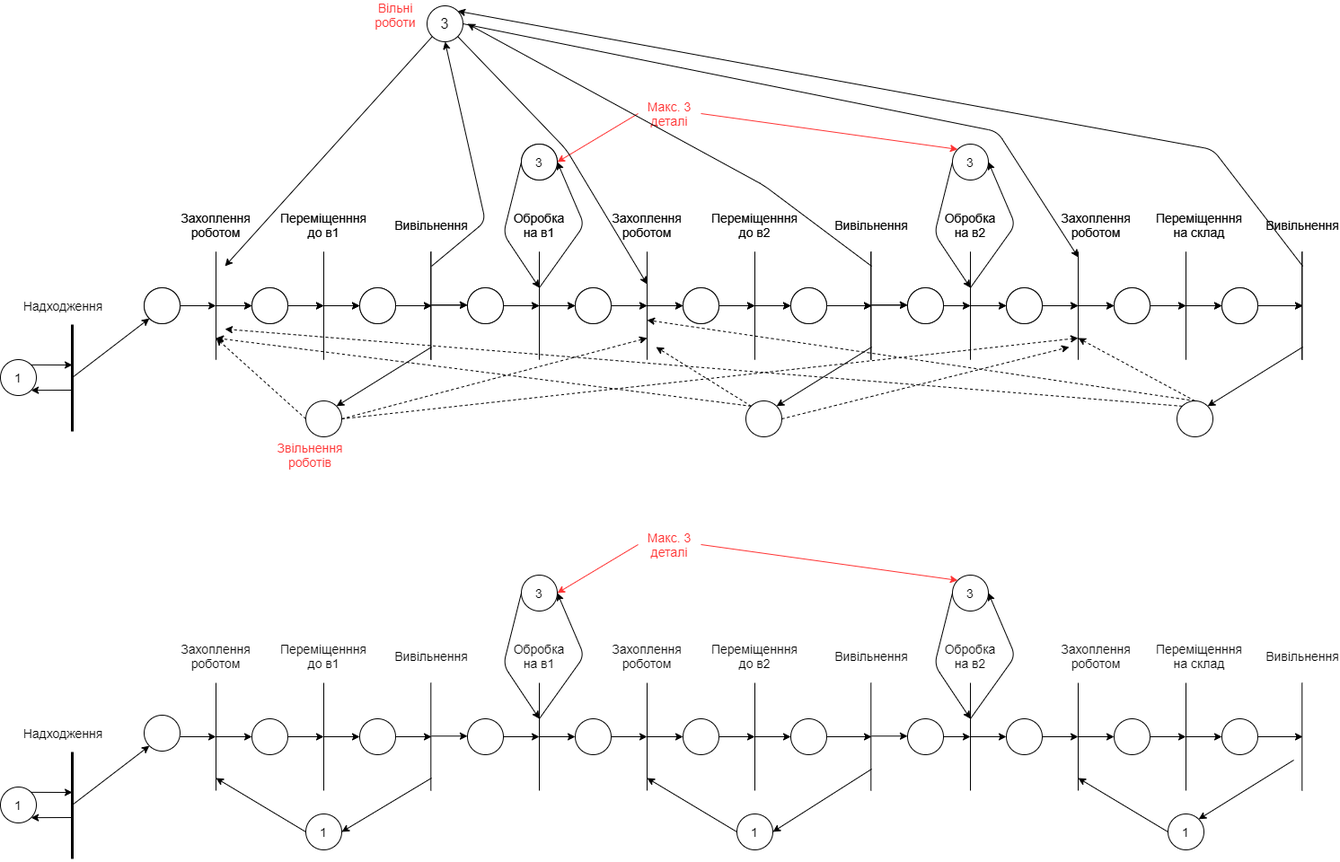
Above: MSlab6/роботизована система.png in ojdmytruk/SystemModeling_sem7 (draw.io), before the change. Source tidied: cells renumbered, new cells last; positions are measured from the earlier drawing's top-left corner, leaving out a move shared by most shapes.
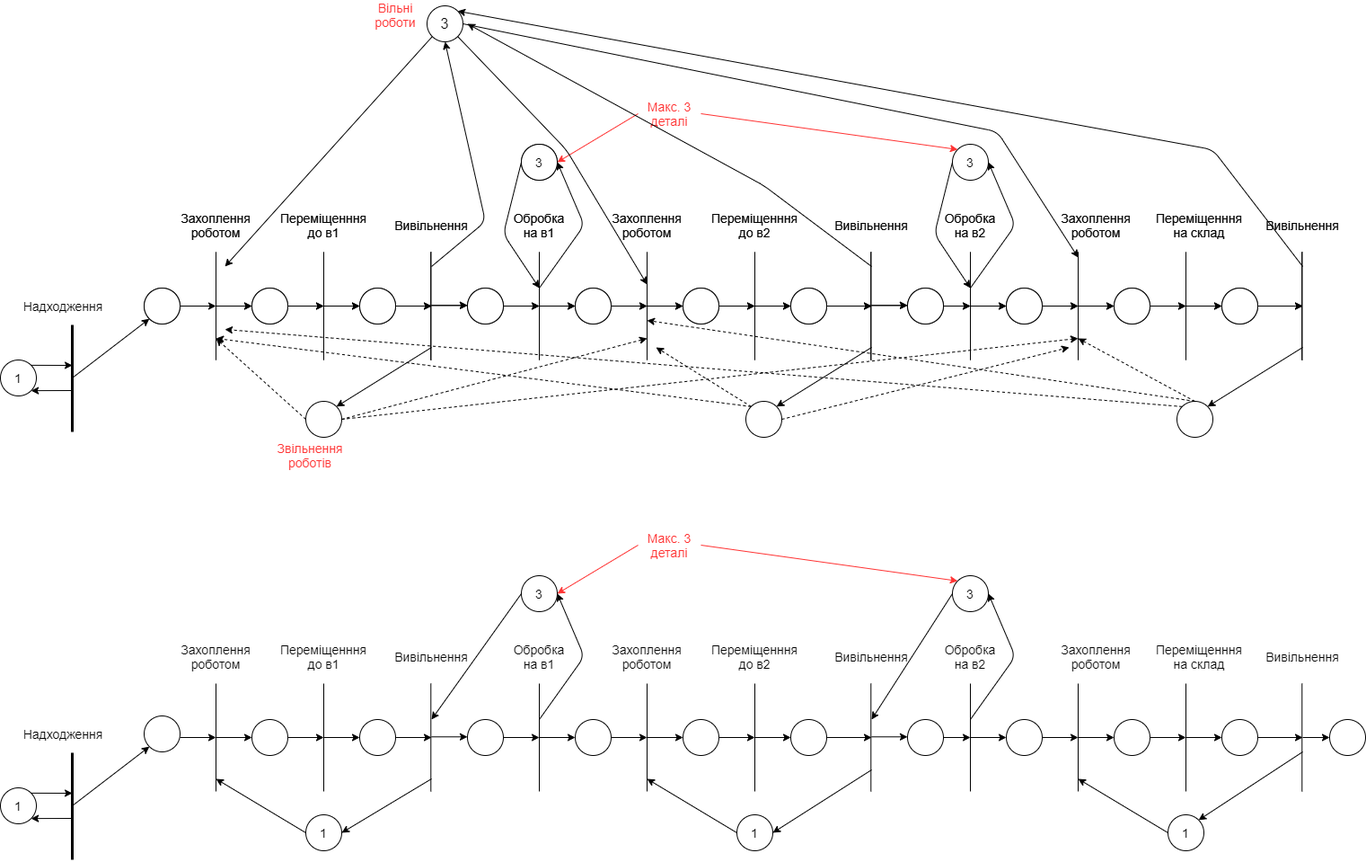
Later version of the same file.

The edit, as a diff of the source:
```diff
@@ -733,10 +733,7 @@
     <mxCell id="157" style="endArrow=classic;html=1;strokeWidth=1;exitX=0;exitY=0.5;exitDx=0;exitDy=0;" parent="1" edge="1">
       <mxGeometry relative="1" as="geometry">
         <mxPoint x="580" y="654" as="sourcePoint" />
-        <mxPoint x="600" y="794" as="targetPoint" />
-        <Array as="points">
-          <mxPoint x="560" y="734" />
-        </Array>
+        <mxPoint x="480" y="794" as="targetPoint" />
       </mxGeometry>
     </mxCell>
     <mxCell id="158" value="&lt;font style=&quot;font-size: 14px&quot;&gt;3&lt;/font&gt;" style="ellipse;whiteSpace=wrap;html=1;" parent="1" vertex="1">
@@ -752,10 +749,7 @@
     </mxCell>
     <mxCell id="160" style="endArrow=classic;html=1;strokeWidth=1;exitX=0;exitY=0.5;exitDx=0;exitDy=0;" parent="1" edge="1" source="158">
       <mxGeometry relative="1" as="geometry">
-        <mxPoint x="1080" y="794" as="targetPoint" />
-        <Array as="points">
-          <mxPoint x="1040" y="734" />
-        </Array>
+        <mxPoint x="970" y="794" as="targetPoint" />
       </mxGeometry>
     </mxCell>
     <mxCell id="161" value="&lt;font style=&quot;font-size: 14px&quot; color=&quot;#ff3333&quot;&gt;Макс. 3 деталі&lt;/font&gt;" style="text;html=1;strokeColor=none;fillColor=none;align=center;verticalAlign=middle;whiteSpace=wrap;rounded=0;" parent="1" vertex="1">
@@ -1037,7 +1031,7 @@
     </mxCell>
     <mxCell id="223" style="endArrow=classic;html=1;strokeColor=#000000;strokeWidth=1;entryX=1;entryY=0;entryDx=0;entryDy=0;" parent="1" edge="1" target="220">
       <mxGeometry relative="1" as="geometry">
-        <mxPoint x="1440" y="840" as="sourcePoint" />
+        <mxPoint x="1450" y="830" as="sourcePoint" />
       </mxGeometry>
     </mxCell>
     <mxCell id="224" style="endArrow=classic;html=1;strokeColor=#000000;strokeWidth=1;exitX=0;exitY=0.5;exitDx=0;exitDy=0;" parent="1" edge="1" source="218">
@@ -1057,5 +1051,13 @@
         <mxPoint x="1200" y="860" as="targetPoint" />
       </mxGeometry>
     </mxCell>
+    <mxCell id="227" style="ellipse;whiteSpace=wrap;html=1;" parent="1" vertex="1">
+      <mxGeometry x="1480" y="794" width="40" height="40" as="geometry" />
+    </mxCell>
+    <mxCell id="228" style="endArrow=classic;html=1;entryX=0;entryY=0.5;entryDx=0;entryDy=0;" parent="1" edge="1" target="227">
+      <mxGeometry relative="1" as="geometry">
+        <mxPoint x="1450" y="814" as="sourcePoint" />
+      </mxGeometry>
+    </mxCell>
   </root>
 </mxGraphModel>
```
